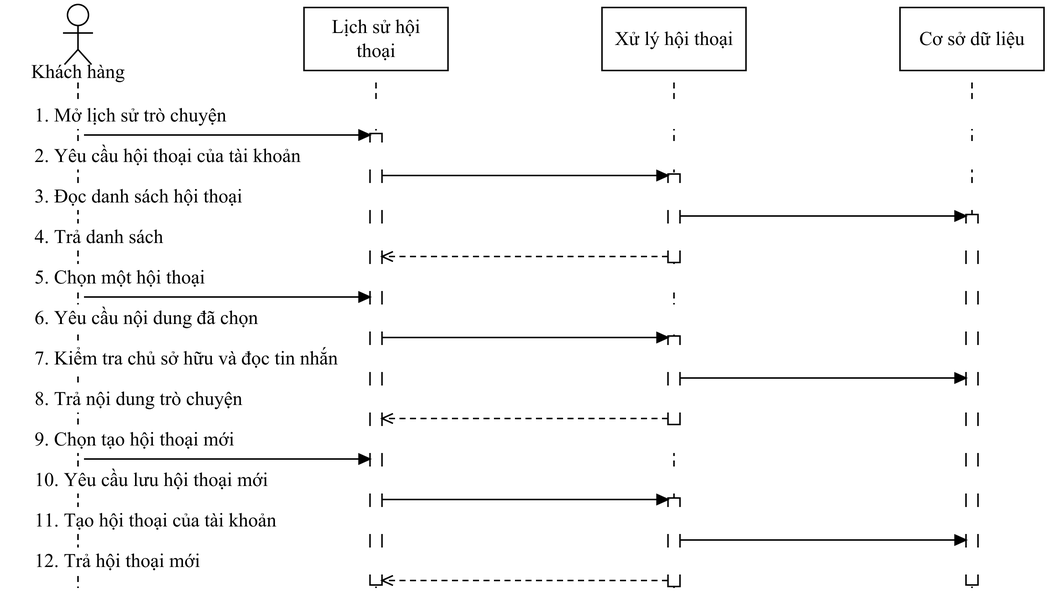
Earlier version of the draw.io export docs/do-an-LSOUL/So-do-LSOUL-rut-gon/anh-png/SEQ-14.png (Loccao102/BanHang). Source tidied: cells renumbered, new cells last; positions are measured from the earlier drawing's top-left corner, leaving out a move shared by most shapes.
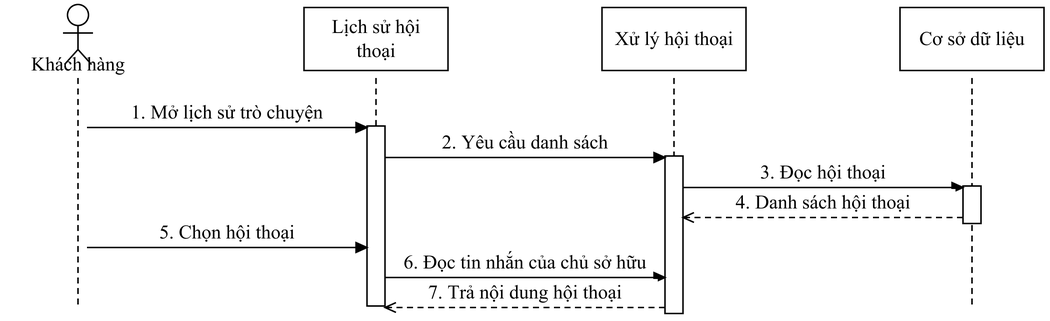
Later version of the same file.

Diff of the diagram source:
```diff
@@ -6,4 +6,4 @@
       <mxGeometry relative="1" as="geometry">
-        <mxPoint x="48" y="52" as="sourcePoint" />
-        <mxPoint x="48" y="389" as="targetPoint" />
+        <mxPoint x="48" y="49" as="sourcePoint" />
+        <mxPoint x="48" y="203" as="targetPoint" />
       </mxGeometry>
@@ -12,4 +12,4 @@
       <mxGeometry relative="1" as="geometry">
-        <mxPoint x="246.7" y="52" as="sourcePoint" />
-        <mxPoint x="246.7" y="389" as="targetPoint" />
+        <mxPoint x="246.7" y="49" as="sourcePoint" />
+        <mxPoint x="246.7" y="203" as="targetPoint" />
       </mxGeometry>
@@ -18,4 +18,4 @@
       <mxGeometry relative="1" as="geometry">
-        <mxPoint x="445.3" y="52" as="sourcePoint" />
-        <mxPoint x="445.3" y="389" as="targetPoint" />
+        <mxPoint x="445.3" y="49" as="sourcePoint" />
+        <mxPoint x="445.3" y="203" as="targetPoint" />
       </mxGeometry>
@@ -24,4 +24,4 @@
       <mxGeometry relative="1" as="geometry">
-        <mxPoint x="644" y="52" as="sourcePoint" />
-        <mxPoint x="644" y="389" as="targetPoint" />
+        <mxPoint x="644" y="49" as="sourcePoint" />
+        <mxPoint x="644" y="203" as="targetPoint" />
       </mxGeometry>
@@ -29,18 +29,21 @@
     <mxCell id="6" style="fontFamily=Times New Roman;fontSize=13;fontColor=#000000;strokeColor=#000000;strokeWidth=1;fillColor=#FFFFFF;shadow=0;rounded=0;html=0;whiteSpace=wrap;spacing=5;align=center;verticalAlign=middle;" parent="1" vertex="1">
-      <mxGeometry x="441.3" y="113" width="8" height="59" as="geometry" />
+      <mxGeometry x="638" y="121" width="12" height="25" as="geometry" />
     </mxCell>
     <mxCell id="7" style="fontFamily=Times New Roman;fontSize=13;fontColor=#000000;strokeColor=#000000;strokeWidth=1;fillColor=#FFFFFF;shadow=0;rounded=0;html=0;whiteSpace=wrap;spacing=5;align=center;verticalAlign=middle;" parent="1" vertex="1">
-      <mxGeometry x="441.3" y="221" width="8" height="59" as="geometry" />
+      <mxGeometry x="439.3" y="101" width="12" height="105" as="geometry" />
     </mxCell>
     <mxCell id="8" style="fontFamily=Times New Roman;fontSize=13;fontColor=#000000;strokeColor=#000000;strokeWidth=1;fillColor=#FFFFFF;shadow=0;rounded=0;html=0;whiteSpace=wrap;spacing=5;align=center;verticalAlign=middle;" parent="1" vertex="1">
-      <mxGeometry x="441.3" y="329" width="8" height="59" as="geometry" />
+      <mxGeometry x="240.7" y="81" width="12" height="120" as="geometry" />
     </mxCell>
-    <mxCell id="9" style="fontFamily=Times New Roman;fontSize=13;fontColor=#000000;strokeColor=#000000;strokeWidth=1;fillColor=#FFFFFF;shadow=0;rounded=0;html=0;whiteSpace=wrap;spacing=5;align=center;verticalAlign=middle;" parent="1" vertex="1">
-      <mxGeometry x="242.7" y="86" width="8" height="301" as="geometry" />
+    <mxCell id="9" value="1. Mở lịch sử trò chuyện" style="fontFamily=Times New Roman;fontSize=13;fontColor=#000000;strokeColor=#000000;strokeWidth=1;fillColor=#FFFFFF;shadow=0;rounded=0;html=0;whiteSpace=wrap;spacing=5;text;strokeColor=none;fillColor=none;align=center;verticalAlign=middle;fillColor=#FFFFFF;" parent="1" vertex="1">
+      <mxGeometry x="59" y="63" width="176.7" height="18" as="geometry" />
     </mxCell>
-    <mxCell id="10" style="fontFamily=Times New Roman;fontSize=13;fontColor=#000000;strokeColor=#000000;strokeWidth=1;fillColor=#FFFFFF;shadow=0;rounded=0;html=0;whiteSpace=wrap;spacing=5;align=center;verticalAlign=middle;" parent="1" vertex="1">
-      <mxGeometry x="640" y="140" width="8" height="247" as="geometry" />
+    <mxCell id="10" style="fontFamily=Times New Roman;fontSize=13;fontColor=#000000;strokeColor=#000000;strokeWidth=1;fillColor=#FFFFFF;shadow=0;rounded=0;html=0;whiteSpace=wrap;spacing=5;endArrow=block;endFill=1;startArrow=none;" parent="1" edge="1">
+      <mxGeometry relative="1" as="geometry">
+        <mxPoint x="54" y="82" as="sourcePoint" />
+        <mxPoint x="240.7" y="82" as="targetPoint" />
+      </mxGeometry>
     </mxCell>
-    <mxCell id="11" value="1. Mở lịch sử trò chuyện" style="fontFamily=Times New Roman;fontSize=13;fontColor=#000000;strokeColor=#000000;strokeWidth=1;fillColor=#FFFFFF;shadow=0;rounded=0;html=0;whiteSpace=wrap;spacing=5;text;strokeColor=none;fillColor=none;align=left;verticalAlign=middle;fillColor=#FFFFFF;" parent="1" vertex="1">
-      <mxGeometry x="14" y="65" width="664" height="18" as="geometry" />
+    <mxCell id="11" value="2. Yêu cầu danh sách" style="fontFamily=Times New Roman;fontSize=13;fontColor=#000000;strokeColor=#000000;strokeWidth=1;fillColor=#FFFFFF;shadow=0;rounded=0;html=0;whiteSpace=wrap;spacing=5;text;strokeColor=none;fillColor=none;align=center;verticalAlign=middle;fillColor=#FFFFFF;" parent="1" vertex="1">
+      <mxGeometry x="257.7" y="83" width="176.7" height="18" as="geometry" />
     </mxCell>
@@ -48,8 +51,8 @@
       <mxGeometry relative="1" as="geometry">
-        <mxPoint x="52" y="87" as="sourcePoint" />
-        <mxPoint x="242.7" y="87" as="targetPoint" />
+        <mxPoint x="252.7" y="102" as="sourcePoint" />
+        <mxPoint x="439.3" y="102" as="targetPoint" />
       </mxGeometry>
     </mxCell>
-    <mxCell id="13" value="2. Yêu cầu hội thoại của tài khoản" style="fontFamily=Times New Roman;fontSize=13;fontColor=#000000;strokeColor=#000000;strokeWidth=1;fillColor=#FFFFFF;shadow=0;rounded=0;html=0;whiteSpace=wrap;spacing=5;text;strokeColor=none;fillColor=none;align=left;verticalAlign=middle;fillColor=#FFFFFF;" parent="1" vertex="1">
-      <mxGeometry x="14" y="92" width="664" height="18" as="geometry" />
+    <mxCell id="13" value="3. Đọc hội thoại" style="fontFamily=Times New Roman;fontSize=13;fontColor=#000000;strokeColor=#000000;strokeWidth=1;fillColor=#FFFFFF;shadow=0;rounded=0;html=0;whiteSpace=wrap;spacing=5;text;strokeColor=none;fillColor=none;align=center;verticalAlign=middle;fillColor=#FFFFFF;" parent="1" vertex="1">
+      <mxGeometry x="456.3" y="103" width="176.7" height="18" as="geometry" />
     </mxCell>
@@ -57,26 +60,26 @@
       <mxGeometry relative="1" as="geometry">
-        <mxPoint x="250.7" y="114" as="sourcePoint" />
-        <mxPoint x="441.3" y="114" as="targetPoint" />
+        <mxPoint x="451.3" y="122" as="sourcePoint" />
+        <mxPoint x="638" y="122" as="targetPoint" />
       </mxGeometry>
     </mxCell>
-    <mxCell id="15" value="3. Đọc danh sách hội thoại" style="fontFamily=Times New Roman;fontSize=13;fontColor=#000000;strokeColor=#000000;strokeWidth=1;fillColor=#FFFFFF;shadow=0;rounded=0;html=0;whiteSpace=wrap;spacing=5;text;strokeColor=none;fillColor=none;align=left;verticalAlign=middle;fillColor=#FFFFFF;" parent="1" vertex="1">
-      <mxGeometry x="14" y="119" width="664" height="18" as="geometry" />
+    <mxCell id="15" value="4. Danh sách hội thoại" style="fontFamily=Times New Roman;fontSize=13;fontColor=#000000;strokeColor=#000000;strokeWidth=1;fillColor=#FFFFFF;shadow=0;rounded=0;html=0;whiteSpace=wrap;spacing=5;text;strokeColor=none;fillColor=none;align=center;verticalAlign=middle;fillColor=#FFFFFF;" parent="1" vertex="1">
+      <mxGeometry x="456.3" y="123" width="176.7" height="18" as="geometry" />
     </mxCell>
-    <mxCell id="16" style="fontFamily=Times New Roman;fontSize=13;fontColor=#000000;strokeColor=#000000;strokeWidth=1;fillColor=#FFFFFF;shadow=0;rounded=0;html=0;whiteSpace=wrap;spacing=5;endArrow=block;endFill=1;startArrow=none;" parent="1" edge="1">
+    <mxCell id="16" style="fontFamily=Times New Roman;fontSize=13;fontColor=#000000;strokeColor=#000000;strokeWidth=1;fillColor=#FFFFFF;shadow=0;rounded=0;html=0;whiteSpace=wrap;spacing=5;endArrow=open;endFill=1;startArrow=none;dashed=1;dashPattern=4 3;" parent="1" edge="1">
       <mxGeometry relative="1" as="geometry">
-        <mxPoint x="449.3" y="141" as="sourcePoint" />
-        <mxPoint x="640" y="141" as="targetPoint" />
+        <mxPoint x="638" y="142" as="sourcePoint" />
+        <mxPoint x="451.3" y="142" as="targetPoint" />
       </mxGeometry>
     </mxCell>
-    <mxCell id="17" value="4. Trả danh sách" style="fontFamily=Times New Roman;fontSize=13;fontColor=#000000;strokeColor=#000000;strokeWidth=1;fillColor=#FFFFFF;shadow=0;rounded=0;html=0;whiteSpace=wrap;spacing=5;text;strokeColor=none;fillColor=none;align=left;verticalAlign=middle;fillColor=#FFFFFF;" parent="1" vertex="1">
-      <mxGeometry x="14" y="146" width="664" height="18" as="geometry" />
+    <mxCell id="17" value="5. Chọn hội thoại" style="fontFamily=Times New Roman;fontSize=13;fontColor=#000000;strokeColor=#000000;strokeWidth=1;fillColor=#FFFFFF;shadow=0;rounded=0;html=0;whiteSpace=wrap;spacing=5;text;strokeColor=none;fillColor=none;align=center;verticalAlign=middle;fillColor=#FFFFFF;" parent="1" vertex="1">
+      <mxGeometry x="59" y="143" width="176.7" height="18" as="geometry" />
     </mxCell>
-    <mxCell id="18" style="fontFamily=Times New Roman;fontSize=13;fontColor=#000000;strokeColor=#000000;strokeWidth=1;fillColor=#FFFFFF;shadow=0;rounded=0;html=0;whiteSpace=wrap;spacing=5;endArrow=open;endFill=1;startArrow=none;dashed=1;dashPattern=4 3;" parent="1" edge="1">
+    <mxCell id="18" style="fontFamily=Times New Roman;fontSize=13;fontColor=#000000;strokeColor=#000000;strokeWidth=1;fillColor=#FFFFFF;shadow=0;rounded=0;html=0;whiteSpace=wrap;spacing=5;endArrow=block;endFill=1;startArrow=none;" parent="1" edge="1">
       <mxGeometry relative="1" as="geometry">
-        <mxPoint x="441.3" y="168" as="sourcePoint" />
-        <mxPoint x="250.7" y="168" as="targetPoint" />
+        <mxPoint x="54" y="162" as="sourcePoint" />
+        <mxPoint x="240.7" y="162" as="targetPoint" />
       </mxGeometry>
     </mxCell>
-    <mxCell id="19" value="5. Chọn một hội thoại" style="fontFamily=Times New Roman;fontSize=13;fontColor=#000000;strokeColor=#000000;strokeWidth=1;fillColor=#FFFFFF;shadow=0;rounded=0;html=0;whiteSpace=wrap;spacing=5;text;strokeColor=none;fillColor=none;align=left;verticalAlign=middle;fillColor=#FFFFFF;" parent="1" vertex="1">
-      <mxGeometry x="14" y="173" width="664" height="18" as="geometry" />
+    <mxCell id="19" value="6. Đọc tin nhắn của chủ sở hữu" style="fontFamily=Times New Roman;fontSize=13;fontColor=#000000;strokeColor=#000000;strokeWidth=1;fillColor=#FFFFFF;shadow=0;rounded=0;html=0;whiteSpace=wrap;spacing=5;text;strokeColor=none;fillColor=none;align=center;verticalAlign=middle;fillColor=#FFFFFF;" parent="1" vertex="1">
+      <mxGeometry x="257.7" y="163" width="176.7" height="18" as="geometry" />
     </mxCell>
@@ -84,99 +87,45 @@
       <mxGeometry relative="1" as="geometry">
-        <mxPoint x="52" y="195" as="sourcePoint" />
-        <mxPoint x="242.7" y="195" as="targetPoint" />
+        <mxPoint x="252.7" y="182" as="sourcePoint" />
+        <mxPoint x="439.3" y="182" as="targetPoint" />
       </mxGeometry>
     </mxCell>
-    <mxCell id="21" value="6. Yêu cầu nội dung đã chọn" style="fontFamily=Times New Roman;fontSize=13;fontColor=#000000;strokeColor=#000000;strokeWidth=1;fillColor=#FFFFFF;shadow=0;rounded=0;html=0;whiteSpace=wrap;spacing=5;text;strokeColor=none;fillColor=none;align=left;verticalAlign=middle;fillColor=#FFFFFF;" parent="1" vertex="1">
-      <mxGeometry x="14" y="200" width="664" height="18" as="geometry" />
+    <mxCell id="21" value="7. Trả nội dung hội thoại" style="fontFamily=Times New Roman;fontSize=13;fontColor=#000000;strokeColor=#000000;strokeWidth=1;fillColor=#FFFFFF;shadow=0;rounded=0;html=0;whiteSpace=wrap;spacing=5;text;strokeColor=none;fillColor=none;align=center;verticalAlign=middle;fillColor=#FFFFFF;" parent="1" vertex="1">
+      <mxGeometry x="257.7" y="183" width="176.7" height="18" as="geometry" />
     </mxCell>
-    <mxCell id="22" style="fontFamily=Times New Roman;fontSize=13;fontColor=#000000;strokeColor=#000000;strokeWidth=1;fillColor=#FFFFFF;shadow=0;rounded=0;html=0;whiteSpace=wrap;spacing=5;endArrow=block;endFill=1;startArrow=none;" parent="1" edge="1">
+    <mxCell id="22" style="fontFamily=Times New Roman;fontSize=13;fontColor=#000000;strokeColor=#000000;strokeWidth=1;fillColor=#FFFFFF;shadow=0;rounded=0;html=0;whiteSpace=wrap;spacing=5;endArrow=open;endFill=1;startArrow=none;dashed=1;dashPattern=4 3;" parent="1" edge="1">
       <mxGeometry relative="1" as="geometry">
-        <mxPoint x="250.7" y="222" as="sourcePoint" />
-        <mxPoint x="441.3" y="222" as="targetPoint" />
+        <mxPoint x="439.3" y="202" as="sourcePoint" />
+        <mxPoint x="252.7" y="202" as="targetPoint" />
       </mxGeometry>
     </mxCell>
-    <mxCell id="23" value="7. Kiểm tra chủ sở hữu và đọc tin nhắn" style="fontFamily=Times New Roman;fontSize=13;fontColor=#000000;strokeColor=#000000;strokeWidth=1;fillColor=#FFFFFF;shadow=0;rounded=0;html=0;whiteSpace=wrap;spacing=5;text;strokeColor=none;fillColor=none;align=left;verticalAlign=middle;fillColor=#FFFFFF;" parent="1" vertex="1">
-      <mxGeometry x="14" y="227" width="664" height="18" as="geometry" />
+    <mxCell id="23" style="fontFamily=Times New Roman;fontSize=13;fontColor=#000000;strokeColor=#000000;strokeWidth=1;fillColor=#FFFFFF;shadow=0;rounded=0;html=0;whiteSpace=wrap;spacing=5;ellipse;perimeter=ellipsePerimeter;align=center;verticalAlign=middle;" parent="1" vertex="1">
+      <mxGeometry x="41" width="14" height="14" as="geometry" />
     </mxCell>
-    <mxCell id="24" style="fontFamily=Times New Roman;fontSize=13;fontColor=#000000;strokeColor=#000000;strokeWidth=1;fillColor=#FFFFFF;shadow=0;rounded=0;html=0;whiteSpace=wrap;spacing=5;endArrow=block;endFill=1;startArrow=none;" parent="1" edge="1">
+    <mxCell id="24" style="fontFamily=Times New Roman;fontSize=13;fontColor=#000000;strokeColor=#000000;strokeWidth=1;fillColor=#FFFFFF;shadow=0;rounded=0;html=0;whiteSpace=wrap;spacing=5;endArrow=none;endFill=1;startArrow=none;" parent="1" edge="1">
       <mxGeometry relative="1" as="geometry">
-        <mxPoint x="449.3" y="249" as="sourcePoint" />
-        <mxPoint x="640" y="249" as="targetPoint" />
+        <mxPoint x="48" y="14" as="sourcePoint" />
+        <mxPoint x="48" y="30" as="targetPoint" />
       </mxGeometry>
     </mxCell>
-    <mxCell id="25" value="8. Trả nội dung trò chuyện" style="fontFamily=Times New Roman;fontSize=13;fontColor=#000000;strokeColor=#000000;strokeWidth=1;fillColor=#FFFFFF;shadow=0;rounded=0;html=0;whiteSpace=wrap;spacing=5;text;strokeColor=none;fillColor=none;align=left;verticalAlign=middle;fillColor=#FFFFFF;" parent="1" vertex="1">
-      <mxGeometry x="14" y="254" width="664" height="18" as="geometry" />
+    <mxCell id="25" style="fontFamily=Times New Roman;fontSize=13;fontColor=#000000;strokeColor=#000000;strokeWidth=1;fillColor=#FFFFFF;shadow=0;rounded=0;html=0;whiteSpace=wrap;spacing=5;endArrow=none;endFill=1;startArrow=none;" parent="1" edge="1">
+      <mxGeometry relative="1" as="geometry">
+        <mxPoint x="38" y="19" as="sourcePoint" />
+        <mxPoint x="58" y="19" as="targetPoint" />
+      </mxGeometry>
     </mxCell>
-    <mxCell id="26" style="fontFamily=Times New Roman;fontSize=13;fontColor=#000000;strokeColor=#000000;strokeWidth=1;fillColor=#FFFFFF;shadow=0;rounded=0;html=0;whiteSpace=wrap;spacing=5;endArrow=open;endFill=1;startArrow=none;dashed=1;dashPattern=4 3;" parent="1" edge="1">
+    <mxCell id="26" style="fontFamily=Times New Roman;fontSize=13;fontColor=#000000;strokeColor=#000000;strokeWidth=1;fillColor=#FFFFFF;shadow=0;rounded=0;html=0;whiteSpace=wrap;spacing=5;endArrow=none;endFill=1;startArrow=none;" parent="1" edge="1">
       <mxGeometry relative="1" as="geometry">
-        <mxPoint x="441.3" y="276" as="sourcePoint" />
-        <mxPoint x="250.7" y="276" as="targetPoint" />
+        <mxPoint x="48" y="30" as="sourcePoint" />
+        <mxPoint x="39" y="40" as="targetPoint" />
       </mxGeometry>
     </mxCell>
-    <mxCell id="27" value="9. Chọn tạo hội thoại mới" style="fontFamily=Times New Roman;fontSize=13;fontColor=#000000;strokeColor=#000000;strokeWidth=1;fillColor=#FFFFFF;shadow=0;rounded=0;html=0;whiteSpace=wrap;spacing=5;text;strokeColor=none;fillColor=none;align=left;verticalAlign=middle;fillColor=#FFFFFF;" parent="1" vertex="1">
-      <mxGeometry x="14" y="281" width="664" height="18" as="geometry" />
+    <mxCell id="27" style="fontFamily=Times New Roman;fontSize=13;fontColor=#000000;strokeColor=#000000;strokeWidth=1;fillColor=#FFFFFF;shadow=0;rounded=0;html=0;whiteSpace=wrap;spacing=5;endArrow=none;endFill=1;startArrow=none;" parent="1" edge="1">
+      <mxGeometry relative="1" as="geometry">
+        <mxPoint x="48" y="30" as="sourcePoint" />
+        <mxPoint x="57" y="40" as="targetPoint" />
+      </mxGeometry>
     </mxCell>
-    <mxCell id="28" style="fontFamily=Times New Roman;fontSize=13;fontColor=#000000;strokeColor=#000000;strokeWidth=1;fillColor=#FFFFFF;shadow=0;rounded=0;html=0;whiteSpace=wrap;spacing=5;endArrow=block;endFill=1;startArrow=none;" parent="1" edge="1">
-      <mxGeometry relative="1" as="geometry">
-        <mxPoint x="52" y="303" as="sourcePoint" />
-        <mxPoint x="242.7" y="303" as="targetPoint" />
-      </mxGeometry>
+    <mxCell id="28" value="Khách hàng" style="fontFamily=Times New Roman;fontSize=13;fontColor=#000000;strokeColor=#000000;strokeWidth=1;fillColor=#FFFFFF;shadow=0;rounded=0;html=0;whiteSpace=wrap;spacing=5;text;strokeColor=none;fillColor=none;align=center;verticalAlign=middle;" parent="1" vertex="1">
+      <mxGeometry y="32" width="96" height="16" as="geometry" />
     </mxCell>
-    <mxCell id="29" value="10. Yêu cầu lưu hội thoại mới" style="fontFamily=Times New Roman;fontSize=13;fontColor=#000000;strokeColor=#000000;strokeWidth=1;fillColor=#FFFFFF;shadow=0;rounded=0;html=0;whiteSpace=wrap;spacing=5;text;strokeColor=none;fillColor=none;align=left;verticalAlign=middle;fillColor=#FFFFFF;" parent="1" vertex="1">
-      <mxGeometry x="14" y="308" width="664" height="18" as="geometry" />
-    </mxCell>
-    <mxCell id="30" style="fontFamily=Times New Roman;fontSize=13;fontColor=#000000;strokeColor=#000000;strokeWidth=1;fillColor=#FFFFFF;shadow=0;rounded=0;html=0;whiteSpace=wrap;spacing=5;endArrow=block;endFill=1;startArrow=none;" parent="1" edge="1">
-      <mxGeometry relative="1" as="geometry">
-        <mxPoint x="250.7" y="330" as="sourcePoint" />
-        <mxPoint x="441.3" y="330" as="targetPoint" />
-      </mxGeometry>
-    </mxCell>
-    <mxCell id="31" value="11. Tạo hội thoại của tài khoản" style="fontFamily=Times New Roman;fontSize=13;fontColor=#000000;strokeColor=#000000;strokeWidth=1;fillColor=#FFFFFF;shadow=0;rounded=0;html=0;whiteSpace=wrap;spacing=5;text;strokeColor=none;fillColor=none;align=left;verticalAlign=middle;fillColor=#FFFFFF;" parent="1" vertex="1">
-      <mxGeometry x="14" y="335" width="664" height="18" as="geometry" />
-    </mxCell>
-    <mxCell id="32" style="fontFamily=Times New Roman;fontSize=13;fontColor=#000000;strokeColor=#000000;strokeWidth=1;fillColor=#FFFFFF;shadow=0;rounded=0;html=0;whiteSpace=wrap;spacing=5;endArrow=block;endFill=1;startArrow=none;" parent="1" edge="1">
-      <mxGeometry relative="1" as="geometry">
-        <mxPoint x="449.3" y="357" as="sourcePoint" />
-        <mxPoint x="640" y="357" as="targetPoint" />
-      </mxGeometry>
-    </mxCell>
-    <mxCell id="33" value="12. Trả hội thoại mới" style="fontFamily=Times New Roman;fontSize=13;fontColor=#000000;strokeColor=#000000;strokeWidth=1;fillColor=#FFFFFF;shadow=0;rounded=0;html=0;whiteSpace=wrap;spacing=5;text;strokeColor=none;fillColor=none;align=left;verticalAlign=middle;fillColor=#FFFFFF;" parent="1" vertex="1">
-      <mxGeometry x="14" y="362" width="664" height="18" as="geometry" />
-    </mxCell>
-    <mxCell id="34" style="fontFamily=Times New Roman;fontSize=13;fontColor=#000000;strokeColor=#000000;strokeWidth=1;fillColor=#FFFFFF;shadow=0;rounded=0;html=0;whiteSpace=wrap;spacing=5;endArrow=open;endFill=1;startArrow=none;dashed=1;dashPattern=4 3;" parent="1" edge="1">
-      <mxGeometry relative="1" as="geometry">
-        <mxPoint x="441.3" y="384" as="sourcePoint" />
-        <mxPoint x="250.7" y="384" as="targetPoint" />
-      </mxGeometry>
-    </mxCell>
-    <mxCell id="35" style="fontFamily=Times New Roman;fontSize=13;fontColor=#000000;strokeColor=#000000;strokeWidth=1;fillColor=#FFFFFF;shadow=0;rounded=0;html=0;whiteSpace=wrap;spacing=5;ellipse;perimeter=ellipsePerimeter;align=center;verticalAlign=middle;" parent="1" vertex="1">
-      <mxGeometry x="41" width="14" height="14" as="geometry" />
-    </mxCell>
-    <mxCell id="36" style="fontFamily=Times New Roman;fontSize=13;fontColor=#000000;strokeColor=#000000;strokeWidth=1;fillColor=#FFFFFF;shadow=0;rounded=0;html=0;whiteSpace=wrap;spacing=5;endArrow=none;endFill=1;startArrow=none;" parent="1" edge="1">
-      <mxGeometry relative="1" as="geometry">
-        <mxPoint x="48" y="14" as="sourcePoint" />
-        <mxPoint x="48" y="30" as="targetPoint" />
-      </mxGeometry>
-    </mxCell>
-    <mxCell id="37" style="fontFamily=Times New Roman;fontSize=13;fontColor=#000000;strokeColor=#000000;strokeWidth=1;fillColor=#FFFFFF;shadow=0;rounded=0;html=0;whiteSpace=wrap;spacing=5;endArrow=none;endFill=1;startArrow=none;" parent="1" edge="1">
-      <mxGeometry relative="1" as="geometry">
-        <mxPoint x="38" y="19" as="sourcePoint" />
-        <mxPoint x="58" y="19" as="targetPoint" />
-      </mxGeometry>
-    </mxCell>
-    <mxCell id="38" style="fontFamily=Times New Roman;fontSize=13;fontColor=#000000;strokeColor=#000000;strokeWidth=1;fillColor=#FFFFFF;shadow=0;rounded=0;html=0;whiteSpace=wrap;spacing=5;endArrow=none;endFill=1;startArrow=none;" parent="1" edge="1">
-      <mxGeometry relative="1" as="geometry">
-        <mxPoint x="48" y="30" as="sourcePoint" />
-        <mxPoint x="39" y="40" as="targetPoint" />
-      </mxGeometry>
-    </mxCell>
-    <mxCell id="39" style="fontFamily=Times New Roman;fontSize=13;fontColor=#000000;strokeColor=#000000;strokeWidth=1;fillColor=#FFFFFF;shadow=0;rounded=0;html=0;whiteSpace=wrap;spacing=5;endArrow=none;endFill=1;startArrow=none;" parent="1" edge="1">
-      <mxGeometry relative="1" as="geometry">
-        <mxPoint x="48" y="30" as="sourcePoint" />
-        <mxPoint x="57" y="40" as="targetPoint" />
-      </mxGeometry>
-    </mxCell>
-    <mxCell id="40" value="Khách hàng" style="fontFamily=Times New Roman;fontSize=13;fontColor=#000000;strokeColor=#000000;strokeWidth=1;fillColor=#FFFFFF;shadow=0;rounded=0;html=0;whiteSpace=wrap;spacing=5;text;strokeColor=none;fillColor=none;align=center;verticalAlign=middle;" parent="1" vertex="1">
-      <mxGeometry y="37" width="96" height="16" as="geometry" />
-    </mxCell>
     <mxCell id="41" value="Lịch sử hội thoại" style="fontFamily=Times New Roman;fontSize=13;fontColor=#000000;strokeColor=#000000;strokeWidth=1;fillColor=#FFFFFF;shadow=0;rounded=0;html=0;whiteSpace=wrap;spacing=5;align=center;verticalAlign=middle;" parent="1" vertex="1">
```
